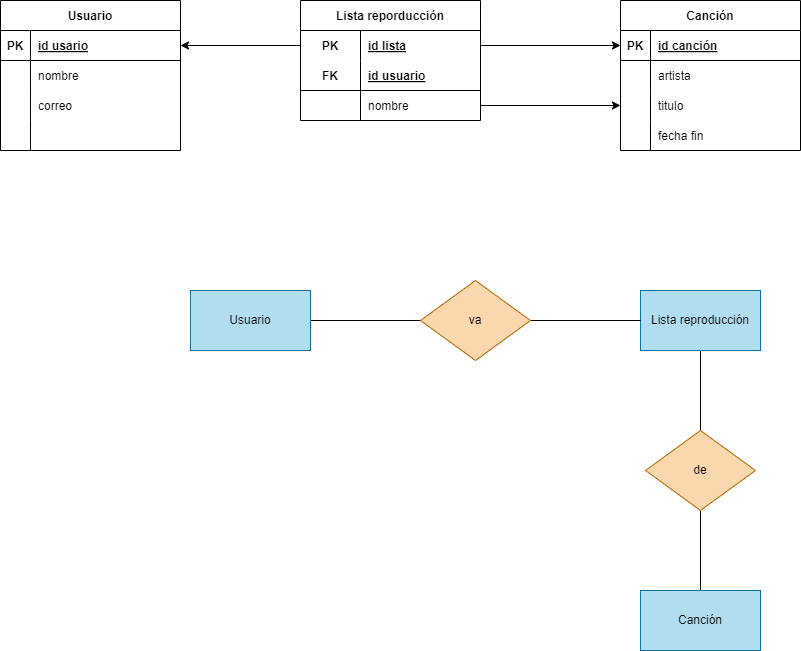
Above: Tareas/Unidad2/ejercicio2.12.drawio.png in WhiteCascade/BAE (draw.io), before the change. Source tidied: cells renumbered, new cells last; positions are measured from the earlier drawing's top-left corner, leaving out a move shared by most shapes.
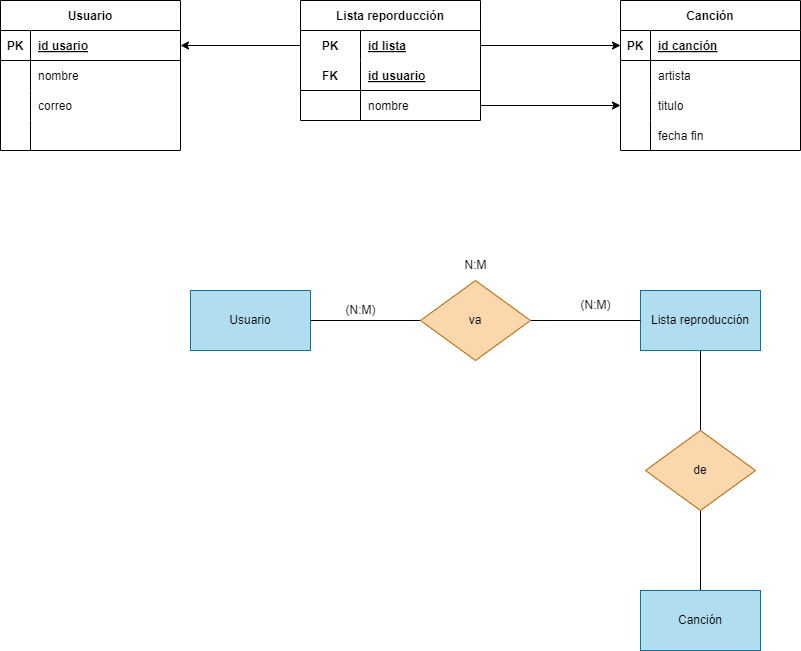
After the commit.

What changed in the source:
```diff
@@ -146,5 +146,14 @@
     <mxCell id="49" style="edgeStyle=none;html=1;entryX=0;entryY=0.5;entryDx=0;entryDy=0;" parent="1" edge="1" source="22" target="32">
       <mxGeometry relative="1" as="geometry" />
     </mxCell>
+    <mxCell id="50" value="(N:M)" style="text;html=1;align=center;verticalAlign=middle;strokeColor=none;fillColor=none;" parent="1" vertex="1">
+      <mxGeometry x="335" y="295" width="50" height="30" as="geometry" />
+    </mxCell>
+    <mxCell id="51" value="(N:M)" style="text;html=1;align=center;verticalAlign=middle;strokeColor=none;fillColor=none;" parent="1" vertex="1">
+      <mxGeometry x="570" y="290" width="50" height="30" as="geometry" />
+    </mxCell>
+    <mxCell id="52" value="N:M" style="text;html=1;align=center;verticalAlign=middle;strokeColor=none;fillColor=none;" parent="1" vertex="1">
+      <mxGeometry x="450" y="250" width="50" height="30" as="geometry" />
+    </mxCell>
   </root>
 </mxGraphModel>
```
